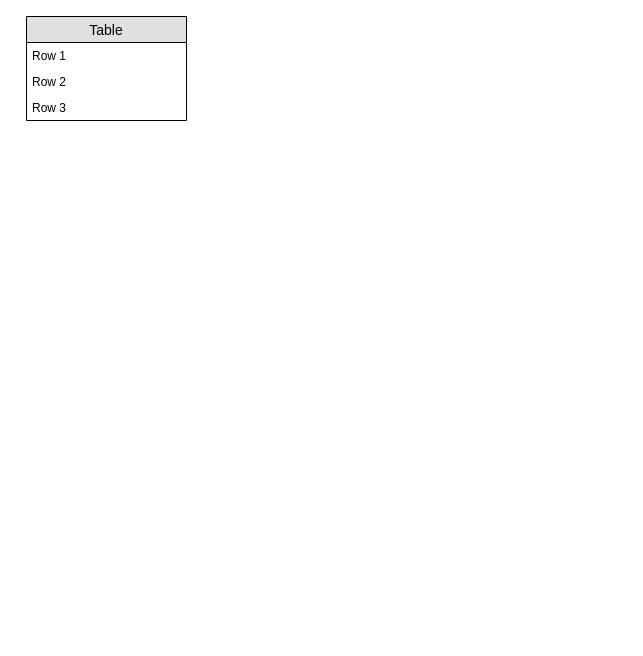
The draw.io diagram Part I/Untitled Diagram.drawio in EeveeT/SQL, before the edit. Source tidied: cells renumbered, new cells numbered last; positions are measured from the earlier drawing's top-left corner, leaving out a move shared by most shapes. Both pictures are drawn from the tidied source at 100%, with x=0, y=0 at pixel (26, 16).
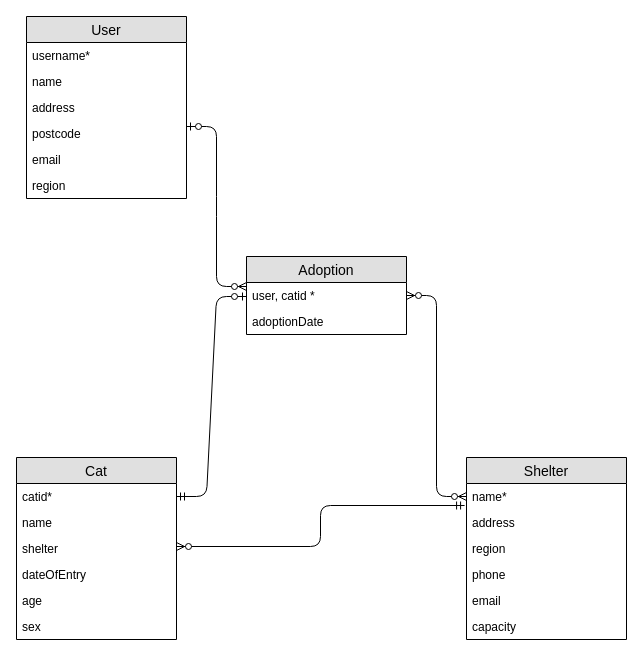
The same diagram, later.

The edit, as a diff of the source:
```diff
@@
+    <mxCell id="6" style="edgeStyle=entityRelationEdgeStyle;fontSize=12;html=1;endArrow=ERzeroToOne;exitX=1;exitY=0.5;exitDx=0;exitDy=0;endFill=1;startArrow=ERmandOne;startFill=0;" parent="1" edge="1" source="18">
+      <mxGeometry relative="1" as="geometry">
+        <mxPoint x="220" y="280" as="targetPoint" />
+      </mxGeometry>
+    </mxCell>
-    <mxCell id="2" value="Table" style="swimlane;fontStyle=0;horizontal=1;startSize=26;fillColor=#e0e0e0;swimlaneFillColor=#ffffff;align=center;fontSize=14;" parent="1" vertex="1">
-      <mxGeometry width="160" height="104" as="geometry" />
+    <mxCell id="2" value="User" style="swimlane;fontStyle=0;horizontal=1;startSize=26;fillColor=#e0e0e0;swimlaneFillColor=#ffffff;align=center;fontSize=14;" parent="1" vertex="1">
+      <mxGeometry width="160" height="182" as="geometry" />
     </mxCell>
-    <mxCell id="3" value="Row 1" style="text;strokeColor=none;fillColor=none;spacingLeft=4;spacingRight=4;overflow=hidden;fontSize=12;" parent="2" vertex="1">
+    <mxCell id="3" value="username*&#10;" style="text;strokeColor=none;fillColor=none;spacingLeft=4;spacingRight=4;overflow=hidden;fontSize=12;" parent="2" vertex="1">
       <mxGeometry y="26" width="160" height="26" as="geometry" />
     </mxCell>
-    <mxCell id="4" value="Row 2" style="text;strokeColor=none;fillColor=none;spacingLeft=4;spacingRight=4;overflow=hidden;fontSize=12;" parent="2" vertex="1">
+    <mxCell id="4" value="name" style="text;strokeColor=none;fillColor=none;spacingLeft=4;spacingRight=4;overflow=hidden;fontSize=12;" parent="2" vertex="1">
       <mxGeometry y="52" width="160" height="26" as="geometry" />
     </mxCell>
+    <mxCell id="7" value="address" style="text;strokeColor=none;fillColor=none;spacingLeft=4;spacingRight=4;overflow=hidden;fontSize=12;" parent="2" vertex="1">
+      <mxGeometry y="78" width="160" height="26" as="geometry" />
+    </mxCell>
+    <mxCell id="8" value="postcode" style="text;strokeColor=none;fillColor=none;spacingLeft=4;spacingRight=4;overflow=hidden;fontSize=12;" parent="2" vertex="1">
+      <mxGeometry y="104" width="160" height="26" as="geometry" />
+    </mxCell>
+    <mxCell id="9" value="email" style="text;strokeColor=none;fillColor=none;spacingLeft=4;spacingRight=4;overflow=hidden;fontSize=12;" parent="2" vertex="1">
+      <mxGeometry y="130" width="160" height="26" as="geometry" />
+    </mxCell>
-    <mxCell id="5" value="Row 3" style="text;strokeColor=none;fillColor=none;spacingLeft=4;spacingRight=4;overflow=hidden;fontSize=12;" parent="2" vertex="1">
-      <mxGeometry y="78" width="160" height="26" as="geometry" />
+    <mxCell id="5" value="region" style="text;strokeColor=none;fillColor=none;spacingLeft=4;spacingRight=4;overflow=hidden;fontSize=12;" parent="2" vertex="1">
+      <mxGeometry y="156" width="160" height="26" as="geometry" />
     </mxCell>
+    <mxCell id="10" value="Shelter" style="swimlane;fontStyle=0;horizontal=1;startSize=26;fillColor=#e0e0e0;swimlaneFillColor=#ffffff;align=center;fontSize=14;" parent="1" vertex="1">
+      <mxGeometry x="440" y="441" width="160" height="182" as="geometry" />
+    </mxCell>
+    <mxCell id="11" value="name*" style="text;strokeColor=none;fillColor=none;spacingLeft=4;spacingRight=4;overflow=hidden;points=[[0,0.5],[1,0.5]];portConstraint=eastwest;fontSize=12;" parent="10" vertex="1">
+      <mxGeometry y="26" width="160" height="26" as="geometry" />
+    </mxCell>
+    <mxCell id="12" value="address" style="text;strokeColor=none;fillColor=none;spacingLeft=4;spacingRight=4;overflow=hidden;fontSize=12;" parent="10" vertex="1">
+      <mxGeometry y="52" width="160" height="26" as="geometry" />
+    </mxCell>
+    <mxCell id="13" value="region" style="text;strokeColor=none;fillColor=none;spacingLeft=4;spacingRight=4;overflow=hidden;fontSize=12;" parent="10" vertex="1">
+      <mxGeometry y="78" width="160" height="26" as="geometry" />
+    </mxCell>
+    <mxCell id="14" value="phone" style="text;strokeColor=none;fillColor=none;spacingLeft=4;spacingRight=4;overflow=hidden;fontSize=12;" parent="10" vertex="1">
+      <mxGeometry y="104" width="160" height="26" as="geometry" />
+    </mxCell>
+    <mxCell id="15" value="email" style="text;strokeColor=none;fillColor=none;spacingLeft=4;spacingRight=4;overflow=hidden;fontSize=12;" parent="10" vertex="1">
+      <mxGeometry y="130" width="160" height="26" as="geometry" />
+    </mxCell>
+    <mxCell id="16" value="capacity" style="text;strokeColor=none;fillColor=none;spacingLeft=4;spacingRight=4;overflow=hidden;fontSize=12;" parent="10" vertex="1">
+      <mxGeometry y="156" width="160" height="26" as="geometry" />
+    </mxCell>
+    <mxCell id="17" value="Cat" style="swimlane;fontStyle=0;horizontal=1;startSize=26;fillColor=#e0e0e0;swimlaneFillColor=#ffffff;align=center;fontSize=14;" parent="1" vertex="1">
+      <mxGeometry x="-10" y="441" width="160" height="182" as="geometry" />
+    </mxCell>
+    <mxCell id="18" value="catid*" style="text;strokeColor=none;fillColor=none;spacingLeft=4;spacingRight=4;overflow=hidden;points=[[0,0.5],[1,0.5]];portConstraint=eastwest;fontSize=12;" parent="17" vertex="1">
+      <mxGeometry y="26" width="160" height="26" as="geometry" />
+    </mxCell>
+    <mxCell id="19" value="name" style="text;strokeColor=none;fillColor=none;spacingLeft=4;spacingRight=4;overflow=hidden;fontSize=12;" parent="17" vertex="1">
+      <mxGeometry y="52" width="160" height="26" as="geometry" />
+    </mxCell>
+    <mxCell id="20" value="shelter" style="text;strokeColor=none;fillColor=none;spacingLeft=4;spacingRight=4;overflow=hidden;fontSize=12;" parent="17" vertex="1">
+      <mxGeometry y="78" width="160" height="26" as="geometry" />
+    </mxCell>
+    <mxCell id="21" value="dateOfEntry" style="text;strokeColor=none;fillColor=none;spacingLeft=4;spacingRight=4;overflow=hidden;fontSize=12;" parent="17" vertex="1">
+      <mxGeometry y="104" width="160" height="26" as="geometry" />
+    </mxCell>
+    <mxCell id="22" value="age" style="text;strokeColor=none;fillColor=none;spacingLeft=4;spacingRight=4;overflow=hidden;fontSize=12;" parent="17" vertex="1">
+      <mxGeometry y="130" width="160" height="26" as="geometry" />
+    </mxCell>
+    <mxCell id="23" value="sex" style="text;strokeColor=none;fillColor=none;spacingLeft=4;spacingRight=4;overflow=hidden;fontSize=12;" parent="17" vertex="1">
+      <mxGeometry y="156" width="160" height="26" as="geometry" />
+    </mxCell>
+    <mxCell id="24" value="Adoption" style="swimlane;fontStyle=0;horizontal=1;startSize=26;fillColor=#e0e0e0;swimlaneFillColor=#ffffff;align=center;fontSize=14;" parent="1" vertex="1">
+      <mxGeometry x="220" y="240" width="160" height="78" as="geometry" />
+    </mxCell>
+    <mxCell id="25" value="user, catid *" style="text;strokeColor=none;fillColor=none;spacingLeft=4;spacingRight=4;overflow=hidden;points=[[0,0.5],[1,0.5]];portConstraint=eastwest;fontSize=12;" parent="24" vertex="1">
+      <mxGeometry y="26" width="160" height="26" as="geometry" />
+    </mxCell>
+    <mxCell id="26" value="adoptionDate" style="text;strokeColor=none;fillColor=none;spacingLeft=4;spacingRight=4;overflow=hidden;fontSize=12;" parent="24" vertex="1">
+      <mxGeometry y="52" width="160" height="26" as="geometry" />
+    </mxCell>
+    <mxCell id="27" style="fontSize=12;html=1;endArrow=ERzeroToMany;endFill=1;startArrow=ERzeroToMany;edgeStyle=elbowEdgeStyle;exitX=0;exitY=0.5;exitDx=0;exitDy=0;entryX=1;entryY=0.5;entryDx=0;entryDy=0;" parent="1" edge="1" source="11" target="25">
+      <mxGeometry relative="1" as="geometry">
+        <Array as="points">
+          <mxPoint x="410" y="370" />
+        </Array>
+      </mxGeometry>
+    </mxCell>
+    <mxCell id="28" style="edgeStyle=entityRelationEdgeStyle;fontSize=12;html=1;endArrow=ERzeroToMany;startArrow=ERzeroToOne;" parent="1" edge="1">
+      <mxGeometry relative="1" as="geometry">
+        <mxPoint x="160" y="110" as="sourcePoint" />
+        <mxPoint x="220" y="270" as="targetPoint" />
+      </mxGeometry>
+    </mxCell>
+    <mxCell id="29" style="edgeStyle=elbowEdgeStyle;fontSize=12;html=1;endArrow=ERzeroToMany;startArrow=ERmandOne;exitX=-0.012;exitY=0.846;exitDx=0;exitDy=0;exitPerimeter=0;" parent="1" edge="1" source="11">
+      <mxGeometry relative="1" as="geometry">
+        <mxPoint x="150" y="530" as="targetPoint" />
+      </mxGeometry>
+    </mxCell>
```
